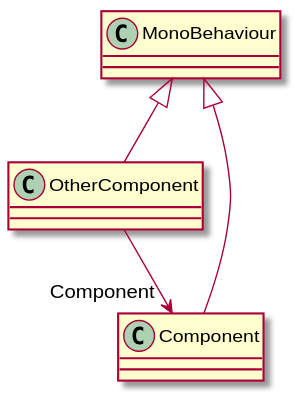
This is UML/include.svg from Delt06/unity-generate-uml, a PlantUML export, as it was before one commit.
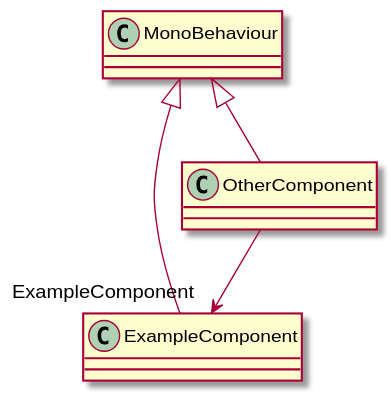
The same diagram one commit later.

Commit message:
Generate UML (Generate UML)

The edit, as a diff of the source:
```diff
@@ -1,9 +1,9 @@
 @startuml
+class ExampleComponent {
+}
+MonoBehaviour <|-- ExampleComponent
 class OtherComponent {
 }
 MonoBehaviour <|-- OtherComponent
-OtherComponent --> "Component" Component
-class Component {
-}
-MonoBehaviour <|-- Component
+OtherComponent --> "ExampleComponent" ExampleComponent
 @enduml
```
